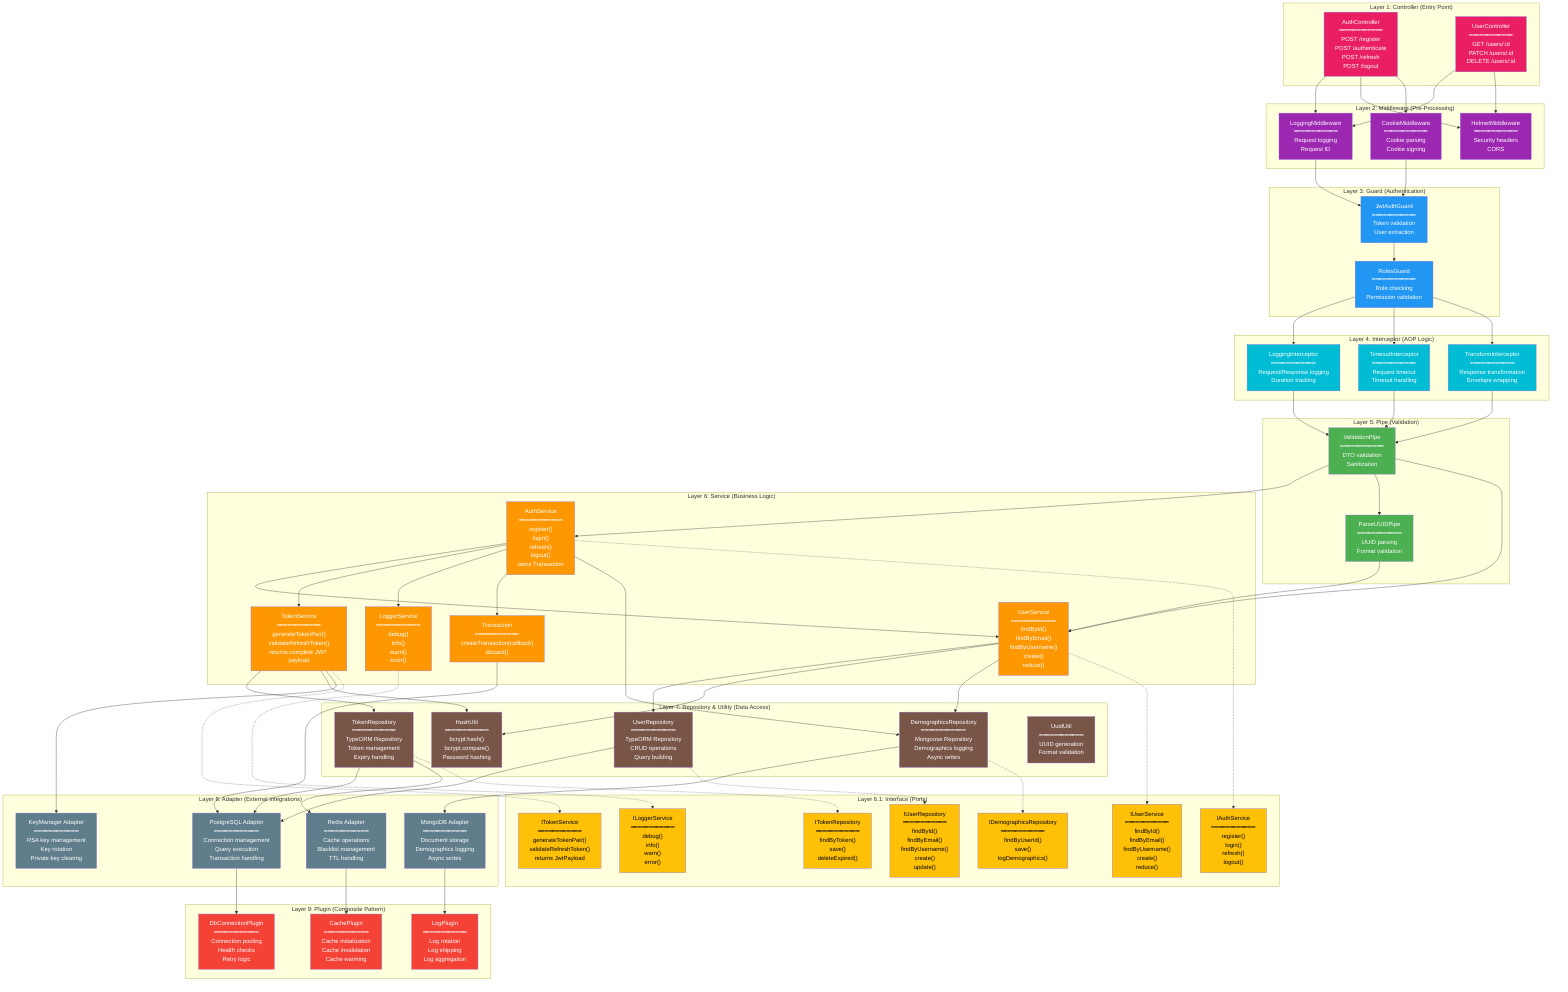
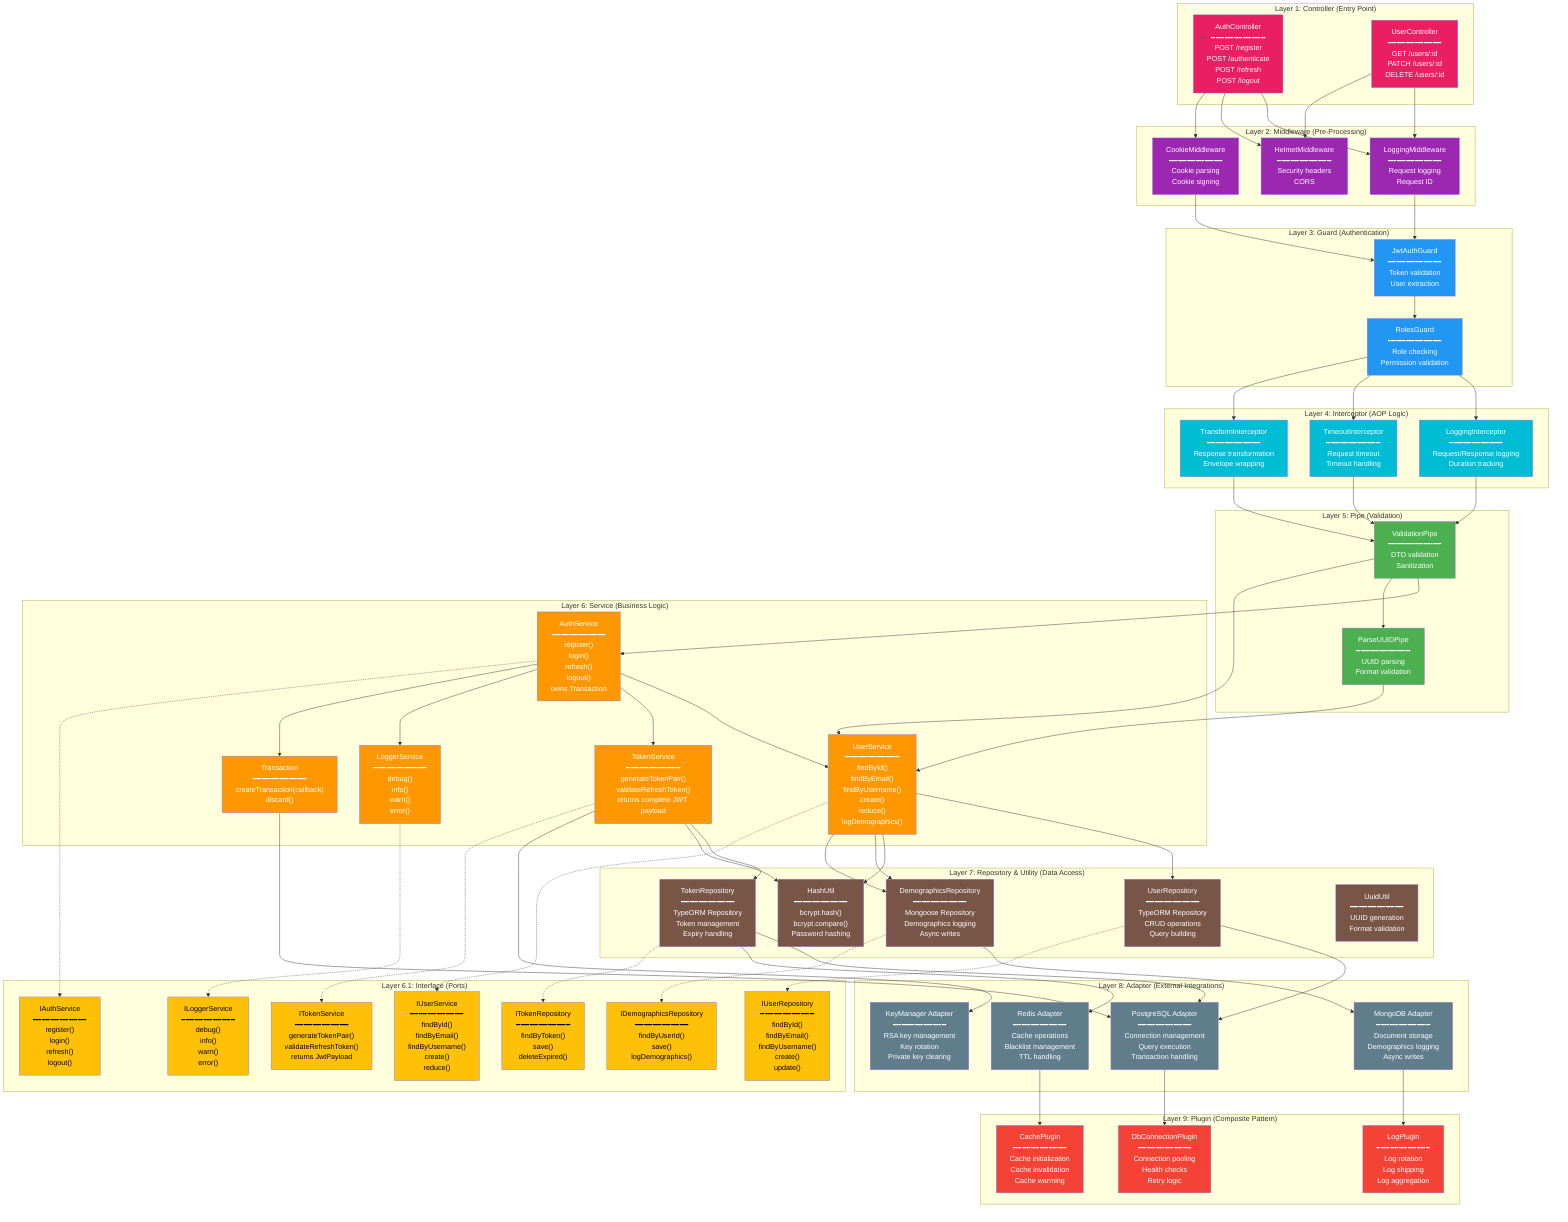
%% Component Diagram - Hexagonal Architecture (NestJS)
%% Maps to: Section 11.4 Folder Structure, Hexagonal Architecture
%% Request lifecycle: Controller → Middleware → Guard → Interceptor → Pipe → Service → Repository → Adapter → Plugin
%% Plugin layer: composite pattern internally, "Plugin" naming in code + docs + diagrams


graph TB
    subgraph "Layer 1: Controller (Entry Point)"
        AUTH_CTRL["AuthController<br/>━━━━━━━━━━━━<br/>POST /register<br/>POST /authenticate<br/>POST /refresh<br/>POST /logout"]
        USER_CTRL["UserController<br/>━━━━━━━━━━━━<br/>GET /users/:id<br/>PATCH /users/:id<br/>DELETE /users/:id"]
    end

    subgraph "Layer 2: Middleware (Pre-Processing)"
        LOG_MW["LoggingMiddleware<br/>━━━━━━━━━━━━<br/>Request logging<br/>Request ID"]
        HELMET_MW["HelmetMiddleware<br/>━━━━━━━━━━━━<br/>Security headers<br/>CORS"]
        COOKIE_MW["CookieMiddleware<br/>━━━━━━━━━━━━<br/>Cookie parsing<br/>Cookie signing"]
    end

    subgraph "Layer 3: Guard (Authentication)"
        JWT_GUARD["JwtAuthGuard<br/>━━━━━━━━━━━━<br/>Token validation<br/>User extraction"]
        ROLE_GUARD["RolesGuard<br/>━━━━━━━━━━━━<br/>Role checking<br/>Permission validation"]
    end

    subgraph "Layer 4: Interceptor (AOP Logic)"
        LOG_INTERCEPT["LoggingInterceptor<br/>━━━━━━━━━━━━<br/>Request/Response logging<br/>Duration tracking"]
        TIMEOUT_INTERCEPT["TimeoutInterceptor<br/>━━━━━━━━━━━━<br/>Request timeout<br/>Timeout handling"]
        TRANSFORM_INTERCEPT["TransformInterceptor<br/>━━━━━━━━━━━━<br/>Response transformation<br/>Envelope wrapping"]
    end

    subgraph "Layer 5: Pipe (Validation)"
        VALIDATION_PIPE["ValidationPipe<br/>━━━━━━━━━━━━<br/>DTO validation<br/>Sanitization"]
        PARSE_PIPE["ParseUUIDPipe<br/>━━━━━━━━━━━━<br/>UUID parsing<br/>Format validation"]
    end

    subgraph "Layer 6: Service (Business Logic)"
        AUTH_SVC["AuthService<br/>━━━━━━━━━━━━<br/>register()<br/>login()<br/>refresh()<br/>logout()<br/>owns Transaction"]
-         USER_SVC["UserService<br/>━━━━━━━━━━━━<br/>findById()<br/>findByEmail()<br/>findByUsername()<br/>create()<br/>reduce()"]
+         USER_SVC["UserService<br/>━━━━━━━━━━━━<br/>findById()<br/>findByEmail()<br/>findByUsername()<br/>create()<br/>reduce()<br/>logDemographics()"]
        TOKEN_SVC["TokenService<br/>━━━━━━━━━━━━<br/>generateTokenPair()<br/>validateRefreshToken()<br/>returns complete JWT payload"]
        LOG_SVC["LoggerService<br/>━━━━━━━━━━━━<br/>debug()<br/>info()<br/>warn()<br/>error()"]
        TX_SVC["Transaction<br/>━━━━━━━━━━━━<br/>createTransaction(callback)<br/>discard()"]
    end

    subgraph "Layer 6.1: Interface (Ports)"
        I_AUTH["IAuthService<br/>━━━━━━━━━━━━<br/>register()<br/>login()<br/>refresh()<br/>logout()"]
        I_USER["IUserService<br/>━━━━━━━━━━━━<br/>findById()<br/>findByEmail()<br/>findByUsername()<br/>create()<br/>reduce()"]
        I_TOKEN["ITokenService<br/>━━━━━━━━━━━━<br/>generateTokenPair()<br/>validateRefreshToken()<br/>returns JwtPayload"]
        I_LOGGER["ILoggerService<br/>━━━━━━━━━━━━<br/>debug()<br/>info()<br/>warn()<br/>error()"]
        I_USER_REPO["IUserRepository<br/>━━━━━━━━━━━━<br/>findById()<br/>findByEmail()<br/>findByUsername()<br/>create()<br/>update()"]
        I_TOKEN_REPO["ITokenRepository<br/>━━━━━━━━━━━━<br/>findByToken()<br/>save()<br/>deleteExpired()"]
        I_DEMO_REPO["IDemographicsRepository<br/>━━━━━━━━━━━━<br/>findByUserId()<br/>save()<br/>logDemographics()"]
    end

    subgraph "Layer 7: Repository & Utility (Data Access)"
        USER_REPO["UserRepository<br/>━━━━━━━━━━━━<br/>TypeORM Repository<br/>CRUD operations<br/>Query building"]
        TOKEN_REPO["TokenRepository<br/>━━━━━━━━━━━━<br/>TypeORM Repository<br/>Token management<br/>Expiry handling"]
        DEMO_REPO["DemographicsRepository<br/>━━━━━━━━━━━━<br/>Mongoose Repository<br/>Demographics logging<br/>Async writes"]
        HASH_UTIL["HashUtil<br/>━━━━━━━━━━━━<br/>bcrypt.hash()<br/>bcrypt.compare()<br/>Password hashing"]
        UUID_UTIL["UuidUtil<br/>━━━━━━━━━━━━<br/>UUID generation<br/>Format validation"]
    end

    subgraph "Layer 8: Adapter (External Integrations)"
        PG_ADAPTER["PostgreSQL Adapter<br/>━━━━━━━━━━━━<br/>Connection management<br/>Query execution<br/>Transaction handling"]
        REDIS_ADAPTER["Redis Adapter<br/>━━━━━━━━━━━━<br/>Cache operations<br/>Blacklist management<br/>TTL handling"]
        MONGO_ADAPTER["MongoDB Adapter<br/>━━━━━━━━━━━━<br/>Document storage<br/>Demographics logging<br/>Async writes"]
        KEY_ADAPTER["KeyManager Adapter<br/>━━━━━━━━━━━━<br/>RSA key management<br/>Key rotation<br/>Private key clearing"]
    end

    subgraph "Layer 9: Plugin (Composite Pattern)"
        DB_PLUGIN["DbConnectionPlugin<br/>━━━━━━━━━━━━<br/>Connection pooling<br/>Health checks<br/>Retry logic"]
        CACHE_PLUGIN["CachePlugin<br/>━━━━━━━━━━━━<br/>Cache initialization<br/>Cache invalidation<br/>Cache warming"]
        LOG_PLUGIN["LogPlugin<br/>━━━━━━━━━━━━<br/>Log rotation<br/>Log shipping<br/>Log aggregation"]
    end

    AUTH_CTRL --> LOG_MW
    AUTH_CTRL --> HELMET_MW
    AUTH_CTRL --> COOKIE_MW
    USER_CTRL --> LOG_MW
    USER_CTRL --> HELMET_MW

    LOG_MW --> JWT_GUARD
    COOKIE_MW --> JWT_GUARD

    JWT_GUARD --> ROLE_GUARD

    ROLE_GUARD --> LOG_INTERCEPT
    ROLE_GUARD --> TIMEOUT_INTERCEPT
    ROLE_GUARD --> TRANSFORM_INTERCEPT

    LOG_INTERCEPT --> VALIDATION_PIPE
    TIMEOUT_INTERCEPT --> VALIDATION_PIPE
    TRANSFORM_INTERCEPT --> VALIDATION_PIPE

    VALIDATION_PIPE --> AUTH_SVC
    VALIDATION_PIPE --> PARSE_PIPE
    VALIDATION_PIPE --> USER_SVC
    PARSE_PIPE --> USER_SVC

    AUTH_SVC --> USER_SVC
    AUTH_SVC --> TOKEN_SVC
    AUTH_SVC --> LOG_SVC
    AUTH_SVC --> TX_SVC
-     AUTH_SVC --> DEMO_REPO

    USER_SVC --> USER_REPO
    USER_SVC --> HASH_UTIL
+     USER_SVC --> DEMO_REPO
    USER_SVC --> DEMO_REPO
    TOKEN_SVC --> TOKEN_REPO
    TOKEN_SVC --> HASH_UTIL
    TOKEN_SVC --> KEY_ADAPTER

    TX_SVC --> PG_ADAPTER

    USER_REPO --> PG_ADAPTER
    TOKEN_REPO --> PG_ADAPTER
    TOKEN_REPO --> REDIS_ADAPTER
    DEMO_REPO --> MONGO_ADAPTER

    PG_ADAPTER --> DB_PLUGIN
    REDIS_ADAPTER --> CACHE_PLUGIN
    MONGO_ADAPTER --> LOG_PLUGIN

    AUTH_SVC -.-> I_AUTH
    USER_SVC -.-> I_USER
    TOKEN_SVC -.-> I_TOKEN
    LOG_SVC -.-> I_LOGGER

    USER_REPO -.-> I_USER_REPO
    TOKEN_REPO -.-> I_TOKEN_REPO
    DEMO_REPO -.-> I_DEMO_REPO

    style AUTH_CTRL fill:#E91E63,color:#fff
    style USER_CTRL fill:#E91E63,color:#fff

    style LOG_MW fill:#9C27B0,color:#fff
    style HELMET_MW fill:#9C27B0,color:#fff
    style COOKIE_MW fill:#9C27B0,color:#fff

    style JWT_GUARD fill:#2196F3,color:#fff
    style ROLE_GUARD fill:#2196F3,color:#fff

    style LOG_INTERCEPT fill:#00BCD4,color:#fff
    style TIMEOUT_INTERCEPT fill:#00BCD4,color:#fff
    style TRANSFORM_INTERCEPT fill:#00BCD4,color:#fff

    style VALIDATION_PIPE fill:#4CAF50,color:#fff
    style PARSE_PIPE fill:#4CAF50,color:#fff

    style AUTH_SVC fill:#FF9800,color:#fff
    style USER_SVC fill:#FF9800,color:#fff
    style TOKEN_SVC fill:#FF9800,color:#fff
    style LOG_SVC fill:#FF9800,color:#fff
    style TX_SVC fill:#FF9800,color:#fff

    style I_AUTH fill:#FFC107,color:#000
    style I_USER fill:#FFC107,color:#000
    style I_TOKEN fill:#FFC107,color:#000
    style I_LOGGER fill:#FFC107,color:#000
    style I_USER_REPO fill:#FFC107,color:#000
    style I_TOKEN_REPO fill:#FFC107,color:#000
    style I_DEMO_REPO fill:#FFC107,color:#000

    style USER_REPO fill:#795548,color:#fff
    style TOKEN_REPO fill:#795548,color:#fff
    style DEMO_REPO fill:#795548,color:#fff
    style HASH_UTIL fill:#795548,color:#fff
    style UUID_UTIL fill:#795548,color:#fff

    style PG_ADAPTER fill:#607D8B,color:#fff
    style REDIS_ADAPTER fill:#607D8B,color:#fff
    style MONGO_ADAPTER fill:#607D8B,color:#fff
    style KEY_ADAPTER fill:#607D8B,color:#fff

    style DB_PLUGIN fill:#F44336,color:#fff
    style CACHE_PLUGIN fill:#F44336,color:#fff
    style LOG_PLUGIN fill:#F44336,color:#fff
